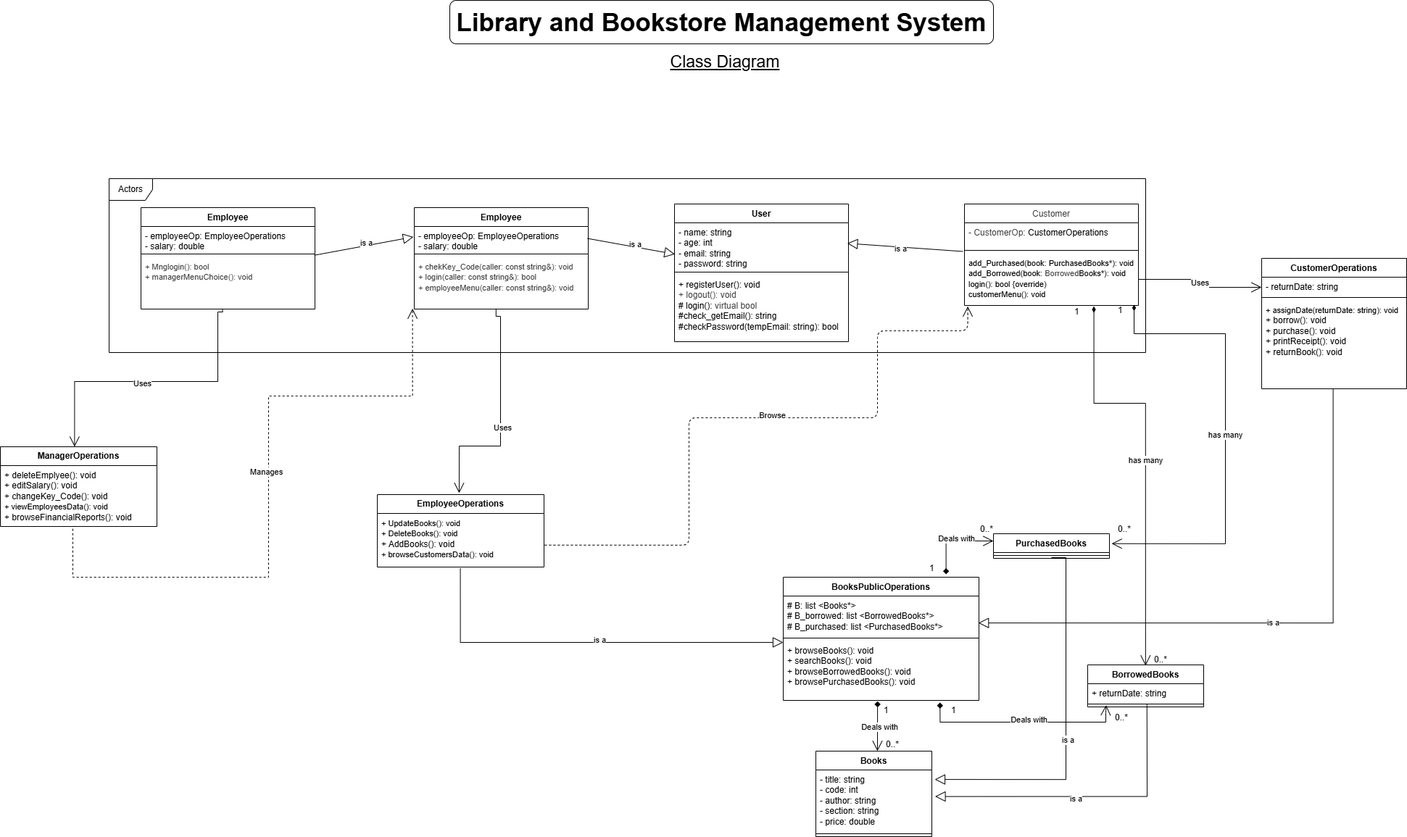
Reda-Alqatifi/SWE-Project keeps this draw.io diagram as assets/UML (LBMS)5.png. Above is the earlier version. Source tidied: cells renumbered, new cells last; positions are measured from the earlier drawing's top-left corner, leaving out a move shared by most shapes.
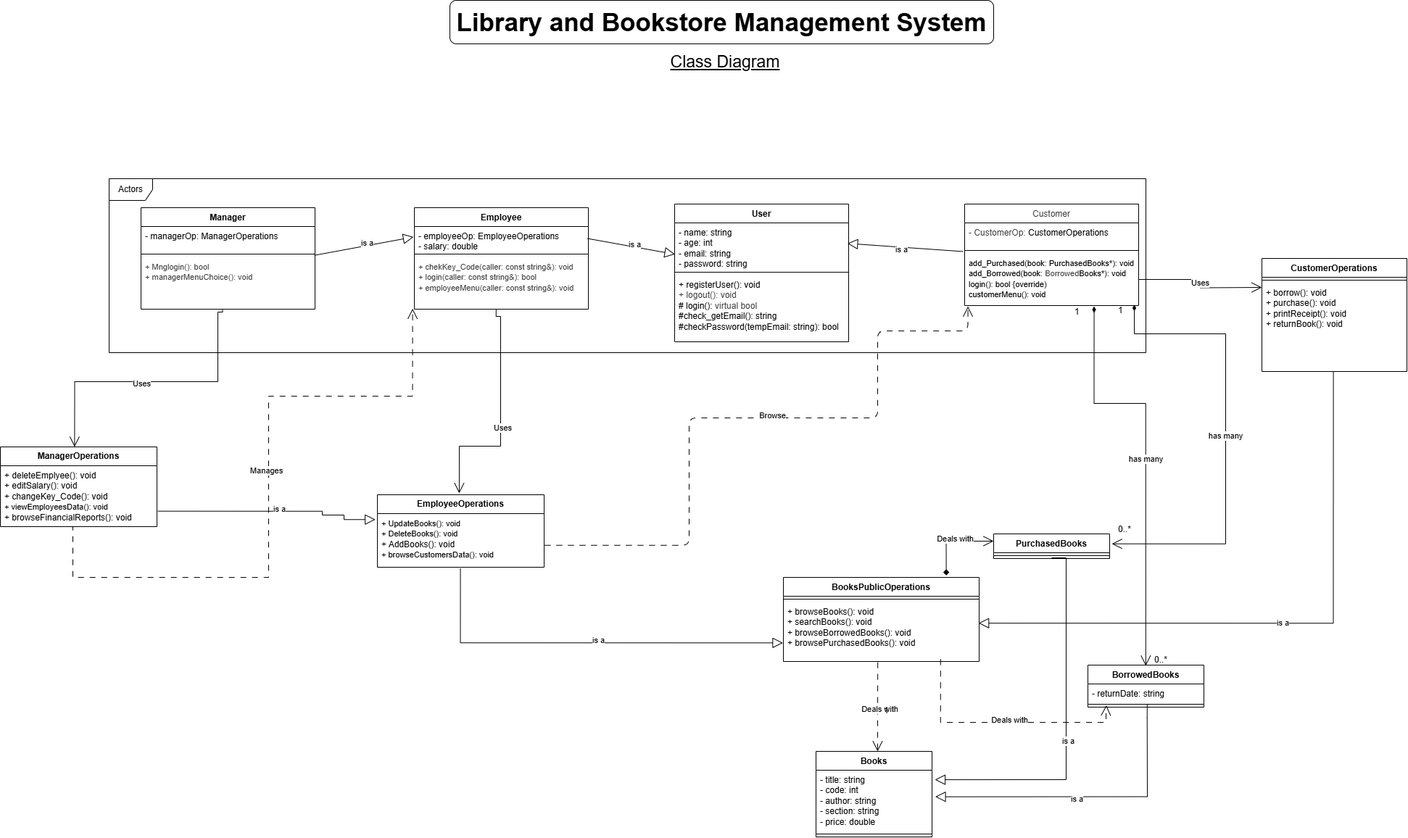
After the change.

Change to the diagram source:
```diff
@@ -72,10 +72,10 @@
         </Array>
       </mxGeometry>
     </mxCell>
-    <mxCell id="21" value="is a" style="endArrow=block;endSize=12;html=1;rounded=0;exitX=0.498;exitY=1.026;exitDx=0;exitDy=0;exitPerimeter=0;entryX=0;entryY=0.024;entryDx=0;entryDy=0;entryPerimeter=0;edgeStyle=orthogonalEdgeStyle;endFill=0;" parent="1" edge="1" source="14" target="46">
+    <mxCell id="21" value="is a" style="endArrow=block;endSize=12;html=1;rounded=0;exitX=0.498;exitY=1.026;exitDx=0;exitDy=0;exitPerimeter=0;edgeStyle=orthogonalEdgeStyle;endFill=0;entryX=-0.002;entryY=0.687;entryDx=0;entryDy=0;entryPerimeter=0;" parent="1" edge="1" source="14" target="46">
       <mxGeometry x="0.07" y="3" relative="1" as="geometry">
         <Array as="points">
-          <mxPoint x="635" y="886" />
+          <mxPoint x="634" y="886" />
         </Array>
       </mxGeometry>
     </mxCell>
@@ -88,7 +88,7 @@
     <mxCell id="24" value="BorrowedBooks" style="swimlane;fontStyle=1;align=center;verticalAlign=top;horizontal=1;startSize=26;whiteSpace=wrap;html=1;" parent="1" vertex="1">
       <mxGeometry x="1500" y="917" width="160" height="58" as="geometry" />
     </mxCell>
-    <mxCell id="25" value="+ returnDate: string" style="text;strokeColor=none;fillColor=none;align=left;verticalAlign=top;spacingLeft=4;spacingRight=4;overflow=hidden;whiteSpace=wrap;html=1;" parent="24" vertex="1">
+    <mxCell id="25" value="- returnDate: string" style="text;strokeColor=none;fillColor=none;align=left;verticalAlign=top;spacingLeft=4;spacingRight=4;overflow=hidden;whiteSpace=wrap;html=1;" parent="24" vertex="1">
       <mxGeometry y="26" width="160" height="24" as="geometry" />
     </mxCell>
     <mxCell id="26" style="line;strokeWidth=1;fillColor=none;align=left;verticalAlign=middle;spacingTop=-1;spacingLeft=3;spacingRight=3;labelPosition=right;points=[];portConstraint=eastwest;strokeColor=inherit;" parent="24" vertex="1">
@@ -109,7 +109,7 @@
         </Array>
       </mxGeometry>
     </mxCell>
-    <mxCell id="29" value="Browse" style="endArrow=open;endSize=12;html=1;rounded=1;dashed=1;exitX=1.004;exitY=0.591;exitDx=0;exitDy=0;exitPerimeter=0;edgeStyle=orthogonalEdgeStyle;entryX=0.019;entryY=1.016;entryDx=0;entryDy=0;entryPerimeter=0;" parent="1" edge="1" source="14" target="63">
+    <mxCell id="29" value="Browse" style="endArrow=open;endSize=12;html=1;rounded=1;dashed=1;exitX=1.004;exitY=0.591;exitDx=0;exitDy=0;exitPerimeter=0;edgeStyle=orthogonalEdgeStyle;entryX=0.019;entryY=1.016;entryDx=0;entryDy=0;entryPerimeter=0;dashPattern=8 8;" parent="1" edge="1" source="14" target="63">
       <mxGeometry x="0.07" y="3" relative="1" as="geometry">
         <Array as="points">
           <mxPoint x="950" y="752" />
@@ -120,7 +120,7 @@
         </Array>
       </mxGeometry>
     </mxCell>
-    <mxCell id="30" value="Manages" style="endArrow=open;endSize=12;html=1;rounded=0;dashed=1;edgeStyle=orthogonalEdgeStyle;entryX=-0.01;entryY=0.99;entryDx=0;entryDy=0;entryPerimeter=0;exitX=0.476;exitY=0.999;exitDx=0;exitDy=0;exitPerimeter=0;" parent="1" edge="1" source="19" target="11">
+    <mxCell id="30" value="Manages" style="endArrow=open;endSize=12;html=1;rounded=0;dashed=1;edgeStyle=orthogonalEdgeStyle;entryX=-0.01;entryY=0.99;entryDx=0;entryDy=0;entryPerimeter=0;exitX=0.476;exitY=0.999;exitDx=0;exitDy=0;exitPerimeter=0;dashPattern=8 8;" parent="1" edge="1" source="19" target="11">
       <mxGeometry x="0.07" y="3" relative="1" as="geometry">
         <Array as="points">
           <mxPoint x="100" y="726" />
@@ -149,22 +149,22 @@
       </mxGeometry>
     </mxCell>
     <mxCell id="33" value="CustomerOperations" style="swimlane;fontStyle=1;align=center;verticalAlign=top;horizontal=1;startSize=26;whiteSpace=wrap;html=1;" parent="1" vertex="1">
-      <mxGeometry x="1740" y="356" width="200" height="180" as="geometry" />
+      <mxGeometry x="1740" y="356" width="200" height="156" as="geometry" />
     </mxCell>
-    <mxCell id="34" value="- returnDate: string" style="text;strokeColor=none;fillColor=none;align=left;verticalAlign=top;spacingLeft=4;spacingRight=4;overflow=hidden;points=[[0,0.5],[1,0.5]];portConstraint=eastwest;whiteSpace=wrap;html=1;" parent="33" vertex="1">
-      <mxGeometry y="26" width="200" height="24" as="geometry" />
-    </mxCell>
     <mxCell id="35" style="line;strokeWidth=1;fillColor=none;align=left;verticalAlign=middle;spacingTop=-1;spacingLeft=3;spacingRight=3;labelPosition=right;strokeColor=inherit;" parent="33" vertex="1">
-      <mxGeometry y="50" width="200" height="8" as="geometry" />
+      <mxGeometry y="26" width="200" height="8" as="geometry" />
     </mxCell>
-    <mxCell id="36" value="&lt;font style=&quot;font-size: 11px;&quot;&gt;+ assignDate(returnDate: string): void&lt;/font&gt;&lt;div&gt;+ borrow(&lt;span style=&quot;background-color: transparent; color: light-dark(rgb(0, 0, 0), rgb(255, 255, 255));&quot;&gt;): void&lt;/span&gt;&lt;/div&gt;&lt;div&gt;+ purchase(): void&lt;div&gt;+ printReceipt(): void&lt;/div&gt;&lt;/div&gt;&lt;div&gt;&lt;font&gt;+ returnBook(): void&lt;/font&gt;&lt;/div&gt;" style="text;strokeColor=none;fillColor=none;align=left;verticalAlign=top;spacingLeft=4;spacingRight=4;overflow=hidden;points=[[0,0.5],[1,0.5]];portConstraint=eastwest;whiteSpace=wrap;html=1;" parent="33" vertex="1">
-      <mxGeometry y="58" width="200" height="122" as="geometry" />
+    <mxCell id="36" value="&lt;div&gt;+ borrow(&lt;span style=&quot;background-color: transparent; color: light-dark(rgb(0, 0, 0), rgb(255, 255, 255));&quot;&gt;): void&lt;/span&gt;&lt;/div&gt;&lt;div&gt;+ purchase(): void&lt;div&gt;+ printReceipt(): void&lt;/div&gt;&lt;/div&gt;&lt;div&gt;&lt;font&gt;+ returnBook(): void&lt;/font&gt;&lt;/div&gt;" style="text;strokeColor=none;fillColor=none;align=left;verticalAlign=top;spacingLeft=4;spacingRight=4;overflow=hidden;points=[[0,0.5],[1,0.5]];portConstraint=eastwest;whiteSpace=wrap;html=1;" parent="33" vertex="1">
+      <mxGeometry y="34" width="200" height="122" as="geometry" />
     </mxCell>
-    <mxCell id="37" value="Uses" style="endArrow=open;endSize=12;html=1;rounded=0;edgeStyle=orthogonalEdgeStyle;exitX=0.999;exitY=0.5;exitDx=0;exitDy=0;exitPerimeter=0;entryX=0;entryY=0.583;entryDx=0;entryDy=0;entryPerimeter=0;" parent="1" edge="1" source="63" target="34">
-      <mxGeometry relative="1" as="geometry" />
+    <mxCell id="37" value="Uses" style="endArrow=open;endSize=12;html=1;rounded=0;edgeStyle=orthogonalEdgeStyle;exitX=0.999;exitY=0.5;exitDx=0;exitDy=0;exitPerimeter=0;entryX=0;entryY=0.583;entryDx=0;entryDy=0;entryPerimeter=0;" parent="1" edge="1" source="63">
+      <mxGeometry relative="1" as="geometry">
+        <mxPoint x="1740" y="396" as="targetPoint" />
+      </mxGeometry>
     </mxCell>
-    <mxCell id="38" value="is a" style="endArrow=block;endSize=12;html=1;rounded=0;edgeStyle=orthogonalEdgeStyle;exitX=0.493;exitY=0.997;exitDx=0;exitDy=0;exitPerimeter=0;endFill=0;entryX=0.997;entryY=0.688;entryDx=0;entryDy=0;entryPerimeter=0;" parent="1" edge="1" source="36" target="44">
+    <mxCell id="38" value="is a" style="endArrow=block;endSize=12;html=1;rounded=0;edgeStyle=orthogonalEdgeStyle;exitX=0.493;exitY=0.997;exitDx=0;exitDy=0;exitPerimeter=0;endFill=0;entryX=0.997;entryY=0.688;entryDx=0;entryDy=0;entryPerimeter=0;" parent="1" edge="1" source="36">
       <mxGeometry relative="1" as="geometry">
+        <mxPoint x="1349.2" y="859.2" as="targetPoint" />
         <Array as="points">
           <mxPoint x="1839" y="859" />
         </Array>
@@ -183,23 +183,17 @@
       <mxGeometry y="110" width="160" height="8" as="geometry" />
     </mxCell>
     <mxCell id="43" value="BooksPublicOperations" style="swimlane;fontStyle=1;align=center;verticalAlign=top;horizontal=1;startSize=26;whiteSpace=wrap;html=1;" parent="1" vertex="1">
-      <mxGeometry x="1080" y="796" width="270" height="170" as="geometry" />
+      <mxGeometry x="1080" y="796" width="270" height="116" as="geometry" />
     </mxCell>
-    <mxCell id="44" value="# B: list &amp;lt;Books*&amp;gt;&lt;div&gt;# B_borrowed: list &amp;lt;&lt;span style=&quot;text-align: center;&quot;&gt;BorrowedBooks*&lt;/span&gt;&amp;gt;&lt;/div&gt;&lt;div&gt;# B_purchased: list &amp;lt;&lt;span style=&quot;text-align: center;&quot;&gt;PurchasedBooks*&lt;/span&gt;&amp;gt;&lt;/div&gt;" style="text;strokeColor=none;fillColor=none;align=left;verticalAlign=top;spacingLeft=4;spacingRight=4;overflow=hidden;points=[[0,0.5],[1,0.5]];portConstraint=eastwest;whiteSpace=wrap;html=1;" parent="43" vertex="1">
-      <mxGeometry y="26" width="270" height="54" as="geometry" />
-    </mxCell>
     <mxCell id="45" style="line;strokeWidth=1;fillColor=none;align=left;verticalAlign=middle;spacingTop=-1;spacingLeft=3;spacingRight=3;labelPosition=right;strokeColor=inherit;" parent="43" vertex="1">
-      <mxGeometry y="80" width="270" height="8" as="geometry" />
+      <mxGeometry y="26" width="270" height="8" as="geometry" />
     </mxCell>
     <mxCell id="46" value="+ browseBooks(): void&lt;div&gt;+ searchBooks(): void&lt;/div&gt;&lt;div&gt;&lt;div&gt;&lt;font&gt;+ browseBorrowedBooks(&lt;span style=&quot;background-color: transparent; color: light-dark(rgb(0, 0, 0), rgb(255, 255, 255));&quot;&gt;): void&lt;/span&gt;&lt;/font&gt;&lt;/div&gt;&lt;/div&gt;&lt;div&gt;&lt;font style=&quot;&quot;&gt;&lt;font&gt;+ browsePurchasedBooks(&lt;span style=&quot;text-align: center;&quot;&gt;)&lt;/span&gt;: void&lt;/font&gt;&lt;font color=&quot;rgba(0, 0, 0, 0)&quot;&gt;&lt;span style=&quot;background-color: transparent; color: light-dark(rgb(0, 0, 0), rgb(255, 255, 255)); font-size: 10px;&quot;&gt;&lt;/span&gt;&lt;/font&gt;&lt;/font&gt;&lt;/div&gt;" style="text;strokeColor=none;fillColor=none;align=left;verticalAlign=top;spacingLeft=4;spacingRight=4;overflow=hidden;points=[[0,0.5],[1,0.5]];portConstraint=eastwest;whiteSpace=wrap;html=1;" parent="43" vertex="1">
-      <mxGeometry y="88" width="270" height="82" as="geometry" />
+      <mxGeometry y="34" width="270" height="82" as="geometry" />
     </mxCell>
-    <mxCell id="47" value="Deals with" style="endArrow=open;endSize=12;html=1;rounded=0;exitX=0.482;exitY=1.014;exitDx=0;exitDy=0;exitPerimeter=0;endFill=0;entryX=0.531;entryY=0;entryDx=0;entryDy=0;entryPerimeter=0;startArrow=diamond;startFill=1;" parent="1" edge="1" source="46" target="40">
+    <mxCell id="47" value="Deals with" style="endArrow=open;endSize=12;html=1;rounded=0;exitX=0.482;exitY=1.014;exitDx=0;exitDy=0;exitPerimeter=0;endFill=0;entryX=0.531;entryY=0;entryDx=0;entryDy=0;entryPerimeter=0;startArrow=none;startFill=0;dashed=1;dashPattern=8 8;" parent="1" edge="1" source="46" target="40">
       <mxGeometry x="0.07" y="3" relative="1" as="geometry" />
     </mxCell>
-    <mxCell id="48" value="0..*" style="text;whiteSpace=wrap;html=1;" parent="1" vertex="1">
-      <mxGeometry x="1220" y="1013" width="20" height="20" as="geometry" />
-    </mxCell>
     <mxCell id="49" value="1" style="text;whiteSpace=wrap;html=1;" parent="1" vertex="1">
       <mxGeometry x="1217" y="966" width="20" height="20" as="geometry" />
     </mxCell>
@@ -210,27 +204,15 @@
         </Array>
       </mxGeometry>
     </mxCell>
-    <mxCell id="51" value="0..*" style="text;whiteSpace=wrap;html=1;" parent="1" vertex="1">
-      <mxGeometry x="1350" y="716" width="20" height="20" as="geometry" />
-    </mxCell>
-    <mxCell id="52" value="1" style="text;whiteSpace=wrap;html=1;" parent="1" vertex="1">
-      <mxGeometry x="1280" y="770" width="20" height="20" as="geometry" />
-    </mxCell>
-    <mxCell id="53" value="&lt;span style=&quot;color: rgb(0, 0, 0);&quot;&gt;Deals with&lt;/span&gt;" style="endArrow=open;endSize=12;html=1;rounded=0;exitX=0.801;exitY=1.036;exitDx=0;exitDy=0;exitPerimeter=0;endFill=0;entryX=0.159;entryY=0.681;entryDx=0;entryDy=0;entryPerimeter=0;startArrow=diamond;startFill=1;edgeStyle=orthogonalEdgeStyle;" parent="1" edge="1" source="46" target="26">
+    <mxCell id="53" value="&lt;span style=&quot;color: rgb(0, 0, 0);&quot;&gt;Deals with&lt;/span&gt;" style="endArrow=open;endSize=12;html=1;rounded=0;exitX=0.803;exitY=0.961;exitDx=0;exitDy=0;exitPerimeter=0;endFill=0;entryX=0.159;entryY=0.681;entryDx=0;entryDy=0;entryPerimeter=0;startArrow=none;startFill=0;edgeStyle=orthogonalEdgeStyle;dashed=1;dashPattern=8 8;" parent="1" edge="1" source="46" target="26">
       <mxGeometry x="0.07" y="3" relative="1" as="geometry">
         <Array as="points">
-          <mxPoint x="1296" y="996" />
+          <mxPoint x="1297" y="996" />
           <mxPoint x="1525" y="996" />
           <mxPoint x="1525" y="983" />
         </Array>
       </mxGeometry>
     </mxCell>
-    <mxCell id="54" value="1" style="text;whiteSpace=wrap;html=1;" parent="1" vertex="1">
-      <mxGeometry x="1310" y="966" width="20" height="20" as="geometry" />
-    </mxCell>
-    <mxCell id="55" value="0..*" style="text;whiteSpace=wrap;html=1;rotation=0;" parent="1" vertex="1">
-      <mxGeometry x="1536" y="976" width="20" height="20" as="geometry" />
-    </mxCell>
     <mxCell id="56" value="0..*" style="text;whiteSpace=wrap;html=1;" parent="1" vertex="1">
       <mxGeometry x="1590" y="896" width="20" height="20" as="geometry" />
     </mxCell>
@@ -255,10 +237,10 @@
     <mxCell id="63" value="&lt;div&gt;&lt;font style=&quot;font-size: 11px;&quot;&gt;add_Purchased(book: PurchasedBooks*): void&lt;/font&gt;&lt;/div&gt;&lt;div&gt;&lt;font style=&quot;font-size: 11px;&quot;&gt;add_Borrowed(book:&amp;nbsp;&lt;span style=&quot;color: rgb(63, 63, 63);&quot;&gt;Borrowed&lt;/span&gt;Books*): void&lt;br&gt;login(): bool {override)&lt;/font&gt;&lt;/div&gt;&lt;div&gt;&lt;font style=&quot;font-size: 11px;&quot;&gt;customerMenu(): void&lt;/font&gt;&lt;/div&gt;" style="text;strokeColor=none;fillColor=none;align=left;verticalAlign=top;spacingLeft=4;spacingRight=4;overflow=hidden;points=[[0,0.5],[1,0.5]];portConstraint=eastwest;whiteSpace=wrap;html=1;" parent="60" vertex="1">
       <mxGeometry y="68" width="240" height="72" as="geometry" />
     </mxCell>
-    <mxCell id="64" value="Employee" style="swimlane;fontStyle=1;align=center;verticalAlign=top;horizontal=1;startSize=26;whiteSpace=wrap;html=1;" parent="1" vertex="1">
+    <mxCell id="64" value="Manager" style="swimlane;fontStyle=1;align=center;verticalAlign=top;horizontal=1;startSize=26;whiteSpace=wrap;html=1;" parent="1" vertex="1">
       <mxGeometry x="194" y="286" width="240" height="140" as="geometry" />
     </mxCell>
-    <mxCell id="65" value="&lt;div&gt;&lt;span style=&quot;background-color: transparent; color: light-dark(rgb(0, 0, 0), rgb(255, 255, 255));&quot;&gt;- employeeOp:&amp;nbsp;&lt;/span&gt;&lt;span style=&quot;background-color: transparent; color: light-dark(rgb(0, 0, 0), rgb(255, 255, 255)); text-align: center;&quot;&gt;EmployeeOperations&lt;/span&gt;&lt;/div&gt;&lt;div&gt;&lt;span style=&quot;background-color: transparent; color: light-dark(rgb(0, 0, 0), rgb(255, 255, 255)); text-align: center;&quot;&gt;- salary: double&lt;/span&gt;&lt;/div&gt;" style="text;strokeColor=none;fillColor=none;align=left;verticalAlign=top;spacingLeft=4;spacingRight=4;overflow=hidden;whiteSpace=wrap;html=1;" parent="64" vertex="1">
+    <mxCell id="65" value="&lt;div&gt;&lt;span style=&quot;background-color: transparent; color: light-dark(rgb(0, 0, 0), rgb(255, 255, 255));&quot;&gt;- managerOp:&amp;nbsp;&lt;/span&gt;&lt;span style=&quot;background-color: transparent; color: light-dark(rgb(0, 0, 0), rgb(255, 255, 255)); text-align: center;&quot;&gt;ManagerOperations&lt;/span&gt;&lt;/div&gt;" style="text;strokeColor=none;fillColor=none;align=left;verticalAlign=top;spacingLeft=4;spacingRight=4;overflow=hidden;whiteSpace=wrap;html=1;" parent="64" vertex="1">
       <mxGeometry y="26" width="240" height="34" as="geometry" />
     </mxCell>
     <mxCell id="66" style="line;strokeWidth=1;fillColor=none;align=left;verticalAlign=middle;spacingTop=-1;spacingLeft=3;spacingRight=3;labelPosition=right;points=[];portConstraint=eastwest;strokeColor=inherit;" parent="64" vertex="1">
@@ -267,5 +249,15 @@
     <mxCell id="67" value="&lt;div style=&quot;color: rgb(63, 63, 63); scrollbar-color: rgb(226, 226, 226) rgb(251, 251, 251);&quot;&gt;&lt;font style=&quot;background-color: transparent; scrollbar-color: rgb(226, 226, 226) rgb(251, 251, 251); font-size: 11px; color: rgb(63, 63, 63);&quot;&gt;+ Mnglogin(&lt;/font&gt;&lt;span style=&quot;background-color: transparent; font-size: 11px;&quot;&gt;): bool&lt;/span&gt;&lt;/div&gt;&lt;div style=&quot;color: rgb(63, 63, 63); scrollbar-color: rgb(226, 226, 226) rgb(251, 251, 251);&quot;&gt;&lt;font style=&quot;color: rgb(63, 63, 63); scrollbar-color: rgb(226, 226, 226) rgb(251, 251, 251); font-size: 11px;&quot;&gt;+ managerMenuChoice(&lt;/font&gt;&lt;span style=&quot;font-size: 11px; background-color: transparent;&quot;&gt;): void&lt;/span&gt;&lt;/div&gt;" style="text;strokeColor=none;fillColor=none;align=left;verticalAlign=top;spacingLeft=4;spacingRight=4;overflow=hidden;points=[[0,0.5],[1,0.5]];portConstraint=eastwest;whiteSpace=wrap;html=1;" parent="64" vertex="1">
       <mxGeometry y="68" width="240" height="72" as="geometry" />
     </mxCell>
+    <mxCell id="68" value="is a" style="endArrow=block;endSize=12;html=1;rounded=0;edgeStyle=orthogonalEdgeStyle;endFill=0;exitX=1.006;exitY=0.746;exitDx=0;exitDy=0;exitPerimeter=0;entryX=-0.012;entryY=0.111;entryDx=0;entryDy=0;entryPerimeter=0;" parent="1" edge="1" source="19" target="14">
+      <mxGeometry x="0.07" y="3" relative="1" as="geometry">
+        <Array as="points">
+          <mxPoint x="444" y="705" />
+          <mxPoint x="444" y="710" />
+          <mxPoint x="474" y="710" />
+          <mxPoint x="474" y="716" />
+        </Array>
+      </mxGeometry>
+    </mxCell>
   </root>
 </mxGraphModel>
```
